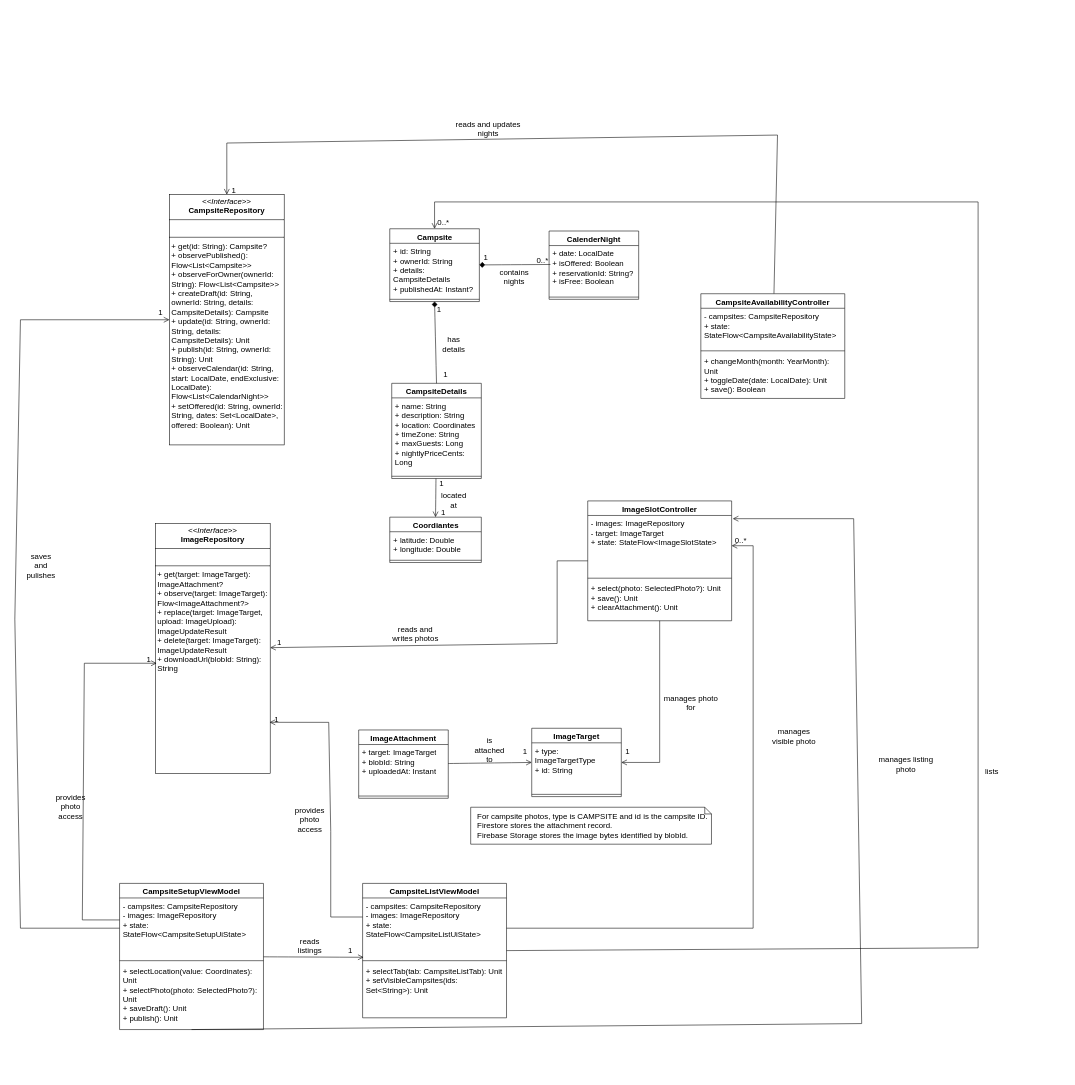
This is page "UML_Diagram_Revision" (5 of 5) of doc/UML.drawio from CMPUT301F26stderr/stderr-campsbridge, a draw.io file, before an edit. Source tidied: cells renumbered, new cells numbered last; positions are measured from the earlier drawing's top-left corner, leaving out a move shared by most shapes. Both pictures are drawn from the tidied source at 56%, with x=0, y=0 at pixel (15, 120).
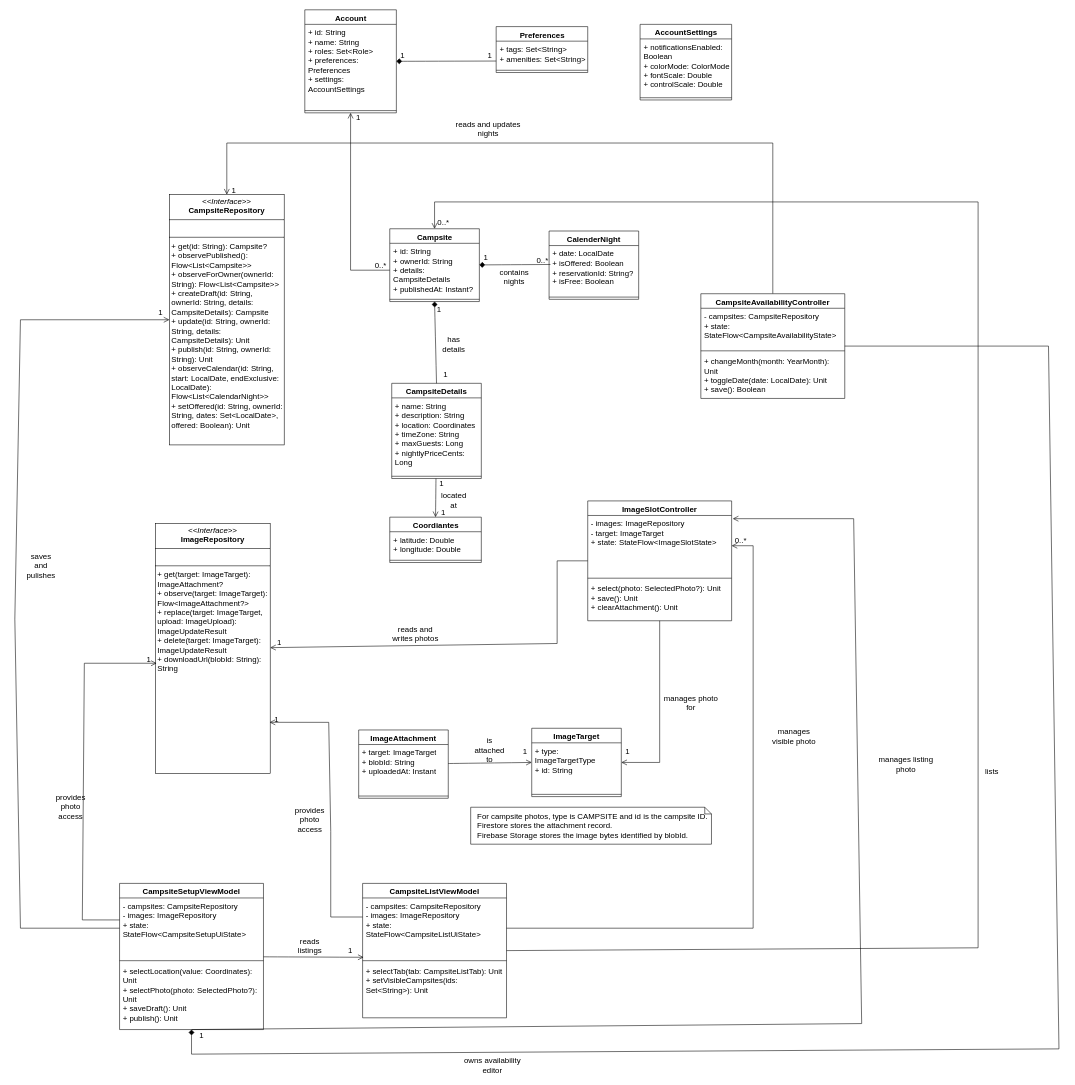
Above is the later version.

Commit message:
continue to make changes

Unchanged cells that the change refers to:
```xml
<mxCell id="2" value="&lt;p style=&quot;margin:0px;margin-top:4px;text-align:center;&quot;&gt;&lt;font&gt;&lt;i style=&quot;&quot;&gt;&amp;lt;&amp;lt;Interface&amp;gt;&amp;gt;&lt;/i&gt;&lt;br&gt;&lt;b style=&quot;&quot;&gt;&lt;font style=&quot;&quot;&gt;CampsiteRepository&lt;/font&gt;&lt;/b&gt;&lt;/font&gt;&lt;/p&gt;&lt;hr size=&quot;1&quot; style=&quot;border-style:solid;&quot;&gt;&lt;p style=&quot;margin:0px;margin-left:4px;&quot;&gt;&lt;font&gt;&lt;br&gt;&lt;/font&gt;&lt;/p&gt;&lt;hr size=&quot;1&quot; style=&quot;border-style:solid;&quot;&gt;&lt;p style=&quot;margin:0px;margin-left:4px;&quot;&gt;&lt;font&gt;+ get(id: String): Campsite?&lt;/font&gt;&lt;/p&gt;&lt;p style=&quot;margin:0px;margin-left:4px;&quot;&gt;&lt;font&gt;+ observePublished(): Flow&amp;lt;List&amp;lt;Campsite&amp;gt;&amp;gt;&lt;/font&gt;&lt;/p&gt;&lt;p style=&quot;margin:0px;margin-left:4px;&quot;&gt;&lt;font&gt;+ observeForOwner(ownerId: String): Flow&amp;lt;List&amp;lt;Campsite&amp;gt;&amp;gt;&lt;/font&gt;&lt;/p&gt;&lt;p style=&quot;margin:0px;margin-left:4px;&quot;&gt;&lt;font&gt;+ createDraft(id: String, ownerId: String, details: CampsiteDetails): Campsite&lt;/font&gt;&lt;/p&gt;&lt;p style=&quot;margin:0px;margin-left:4px;&quot;&gt;&lt;font&gt;+ update(id: String, ownerId: String, details: CampsiteDetails): Unit&lt;/font&gt;&lt;/p&gt;&lt;p style=&quot;margin:0px;margin-left:4px;&quot;&gt;&lt;font&gt;+ publish(id: String, ownerId: String): Unit&lt;/font&gt;&lt;/p&gt;&lt;p style=&quot;margin:0px;margin-left:4px;&quot;&gt;&lt;font&gt;+ observeCalendar(id: String, start: LocalDate, endExclusive: LocalDate): Flow&amp;lt;List&amp;lt;CalendarNight&amp;gt;&amp;gt;&lt;/font&gt;&lt;/p&gt;&lt;p style=&quot;margin:0px;margin-left:4px;&quot;&gt;&lt;font&gt;+ setOffered(id: String, ownerId: String, dates: Set&amp;lt;LocalDate&amp;gt;, offered: Boolean): Unit&lt;/font&gt;&lt;/p&gt;" style="verticalAlign=top;align=left;overflow=fill;html=1;whiteSpace=wrap;fontFamily=Arial;fontSize=14;" parent="1" vertex="1">
  <mxGeometry x="276" y="133" width="205" height="447" as="geometry" />
</mxCell>
<mxCell id="4" value="&lt;div&gt;+ id: String&lt;/div&gt;&lt;div&gt;+ ownerId: String&lt;/div&gt;&lt;div&gt;+ details: CampsiteDetails&lt;/div&gt;&lt;div&gt;+ publishedAt: Instant?&lt;/div&gt;" style="text;strokeColor=none;fillColor=none;align=left;verticalAlign=top;spacingLeft=4;spacingRight=4;overflow=hidden;points=[[0,0.5],[1,0.5]];portConstraint=eastwest;whiteSpace=wrap;html=1;fontFamily=Arial;fontSize=14;" parent="3" vertex="1">
  <mxGeometry y="26" width="160" height="96" as="geometry" />
</mxCell>
<mxCell id="30" value="CampsiteSetupViewModel" style="swimlane;fontStyle=1;align=center;verticalAlign=top;horizontal=1;startSize=26;whiteSpace=wrap;html=1;fontFamily=Arial;fontSize=14;" parent="1" vertex="1">
  <mxGeometry x="187" y="1363" width="257" height="261" as="geometry" />
</mxCell>
<mxCell id="77" value="CampsiteAvailabilityController" style="swimlane;fontStyle=1;align=center;verticalAlign=top;horizontal=1;startSize=26;whiteSpace=wrap;html=1;fontFamily=Arial;fontSize=14;" parent="1" vertex="1">
  <mxGeometry x="1225" y="310" width="257" height="187" as="geometry" />
</mxCell>
```

What changed in the source:
```diff
@@
+    <mxCell id="83" style="edgeStyle=none;curved=0;rounded=0;jettySize=auto;html=1;exitX=0.5;exitY=1;exitDx=0;exitDy=0;entryX=1;entryY=0.5;entryDx=0;entryDy=0;fontSize=12;defaultLabelBackgroundColor=page;startSize=8;endSize=8;endArrow=none;endFill=0;startArrow=diamond;startFill=1;" parent="1" edge="1" source="30" target="77">
+      <mxGeometry x="-0.1" relative="1" as="geometry">
+        <Array as="points">
+          <mxPoint x="315.5" y="1667.9" />
+          <mxPoint x="1864.5" y="1658.5" />
+          <mxPoint x="1845.8" y="403.5" />
+        </Array>
+      </mxGeometry>
+    </mxCell>
@@
     <mxCell id="76" style="edgeStyle=none;curved=0;rounded=0;jettySize=auto;html=1;entryX=0.5;entryY=0;entryDx=0;entryDy=0;fontSize=12;defaultLabelBackgroundColor=page;startSize=8;endSize=8;endArrow=open;endFill=0;" parent="1" edge="1" source="77" target="2">
       <mxGeometry relative="1" as="geometry">
         <Array as="points">
-          <mxPoint x="1361.9" y="26.7" />
+          <mxPoint x="1353.5" y="40.9" />
           <mxPoint x="378.5" y="40.9" />
         </Array>
       </mxGeometry>
     </mxCell>
@@
+    <mxCell id="84" value="1" style="text;html=1;whiteSpace=wrap;strokeColor=none;fillColor=none;align=center;verticalAlign=middle;rounded=0;fontSize=14;fontFamily=Arial;" parent="1" vertex="1">
+      <mxGeometry x="322" y="1620" width="23" height="30" as="geometry" />
+    </mxCell>
+    <mxCell id="85" value="owns availability editor" style="text;html=1;whiteSpace=wrap;strokeColor=none;fillColor=none;align=center;verticalAlign=middle;rounded=0;fontSize=14;fontFamily=Arial;" parent="1" vertex="1">
+      <mxGeometry x="789" y="1673" width="128" height="30" as="geometry" />
+    </mxCell>
+    <mxCell id="86" style="edgeStyle=none;curved=1;rounded=0;curveGeometry=1;jettySize=auto;html=1;exitX=1;exitY=0.5;exitDx=0;exitDy=0;entryX=0;entryY=0.75;entryDx=0;entryDy=0;fontSize=12;defaultLabelBackgroundColor=page;startSize=8;endSize=8;startArrow=diamond;startFill=1;endArrow=none;endFill=0;" parent="1" edge="1" source="87" target="93">
+      <mxGeometry relative="1" as="geometry" />
+    </mxCell>
+    <mxCell id="87" value="Account" style="swimlane;fontStyle=1;align=center;verticalAlign=top;horizontal=1;startSize=26;whiteSpace=wrap;html=1;fontFamily=Arial;fontSize=14;" parent="1" vertex="1">
+      <mxGeometry x="517.8" y="-197" width="163.5" height="184" as="geometry" />
+    </mxCell>
+    <mxCell id="88" value="&lt;div&gt;+ id: String&lt;/div&gt;&lt;div&gt;+ name: String&lt;/div&gt;&lt;div&gt;+ roles: Set&amp;lt;Role&amp;gt;&lt;/div&gt;&lt;div&gt;+ preferences: Preferences&lt;/div&gt;&lt;div&gt;+ settings: AccountSettings&lt;/div&gt;" style="text;strokeColor=none;fillColor=none;align=left;verticalAlign=top;spacingLeft=4;spacingRight=4;overflow=hidden;whiteSpace=wrap;html=1;fontFamily=Arial;fontSize=14;" parent="87" vertex="1">
+      <mxGeometry y="26" width="163.5" height="150" as="geometry" />
+    </mxCell>
+    <mxCell id="89" style="line;strokeWidth=1;fillColor=none;align=left;verticalAlign=middle;spacingTop=-1;spacingLeft=3;spacingRight=3;labelPosition=right;strokeColor=inherit;labelPerimeter=1;" parent="87" vertex="1">
+      <mxGeometry y="176" width="163.5" height="8" as="geometry" />
+    </mxCell>
+    <mxCell id="90" style="edgeStyle=none;curved=0;rounded=0;jettySize=auto;html=1;exitX=0;exitY=0.5;exitDx=0;exitDy=0;entryX=0.5;entryY=1;entryDx=0;entryDy=0;fontSize=12;defaultLabelBackgroundColor=page;startSize=8;endSize=8;endArrow=open;endFill=0;" parent="1" edge="1" source="4" target="87">
+      <mxGeometry relative="1" as="geometry">
+        <Array as="points">
+          <mxPoint x="599.5" y="268" />
+        </Array>
+      </mxGeometry>
+    </mxCell>
+    <mxCell id="91" value="1" style="text;html=1;whiteSpace=wrap;strokeColor=none;fillColor=none;align=center;verticalAlign=middle;rounded=0;fontSize=14;fontFamily=Arial;" parent="1" vertex="1">
+      <mxGeometry x="602" y="-20" width="23" height="30" as="geometry" />
+    </mxCell>
+    <mxCell id="92" value="0..*" style="text;html=1;whiteSpace=wrap;strokeColor=none;fillColor=none;align=center;verticalAlign=middle;rounded=0;fontSize=14;fontFamily=Arial;" parent="1" vertex="1">
+      <mxGeometry x="642" y="244" width="23" height="30" as="geometry" />
+    </mxCell>
+    <mxCell id="93" value="Preferences" style="swimlane;fontStyle=1;align=center;verticalAlign=top;horizontal=1;startSize=26;whiteSpace=wrap;html=1;fontFamily=Arial;fontSize=14;" parent="1" vertex="1">
+      <mxGeometry x="859.5" y="-167" width="163.5" height="82" as="geometry" />
+    </mxCell>
+    <mxCell id="94" value="&lt;div&gt;+ tags: Set&amp;lt;String&amp;gt;&lt;/div&gt;&lt;div&gt;+ amenities: Set&amp;lt;String&amp;gt;&lt;/div&gt;" style="text;strokeColor=none;fillColor=none;align=left;verticalAlign=top;spacingLeft=4;spacingRight=4;overflow=hidden;whiteSpace=wrap;html=1;fontFamily=Arial;fontSize=14;" parent="93" vertex="1">
+      <mxGeometry y="26" width="163.5" height="48" as="geometry" />
+    </mxCell>
+    <mxCell id="95" style="line;strokeWidth=1;fillColor=none;align=left;verticalAlign=middle;spacingTop=-1;spacingLeft=3;spacingRight=3;labelPosition=right;strokeColor=inherit;labelPerimeter=1;" parent="93" vertex="1">
+      <mxGeometry y="74" width="163.5" height="8" as="geometry" />
+    </mxCell>
+    <mxCell id="96" value="1" style="text;html=1;whiteSpace=wrap;strokeColor=none;fillColor=none;align=center;verticalAlign=middle;rounded=0;fontSize=14;fontFamily=Arial;" parent="1" vertex="1">
+      <mxGeometry x="681.2" y="-130" width="23" height="30" as="geometry" />
+    </mxCell>
+    <mxCell id="97" value="1" style="text;html=1;whiteSpace=wrap;strokeColor=none;fillColor=none;align=center;verticalAlign=middle;rounded=0;fontSize=14;fontFamily=Arial;" parent="1" vertex="1">
+      <mxGeometry x="836.5" y="-130" width="23" height="30" as="geometry" />
+    </mxCell>
+    <mxCell id="98" value="AccountSettings" style="swimlane;fontStyle=1;align=center;verticalAlign=top;horizontal=1;startSize=26;whiteSpace=wrap;html=1;fontFamily=Arial;fontSize=14;" parent="1" vertex="1">
+      <mxGeometry x="1116.5" y="-171" width="163.5" height="135" as="geometry" />
+    </mxCell>
+    <mxCell id="99" value="&lt;div&gt;+ notificationsEnabled: Boolean&lt;/div&gt;&lt;div&gt;+ colorMode: ColorMode&lt;/div&gt;&lt;div&gt;+ fontScale: Double&lt;/div&gt;&lt;div&gt;+ controlScale: Double&lt;/div&gt;" style="text;strokeColor=none;fillColor=none;align=left;verticalAlign=top;spacingLeft=4;spacingRight=4;overflow=hidden;whiteSpace=wrap;html=1;fontFamily=Arial;fontSize=14;" parent="98" vertex="1">
+      <mxGeometry y="26" width="163.5" height="101" as="geometry" />
+    </mxCell>
+    <mxCell id="100" style="line;strokeWidth=1;fillColor=none;align=left;verticalAlign=middle;spacingTop=-1;spacingLeft=3;spacingRight=3;labelPosition=right;strokeColor=inherit;labelPerimeter=1;" parent="98" vertex="1">
+      <mxGeometry y="127" width="163.5" height="8" as="geometry" />
+    </mxCell>
```
